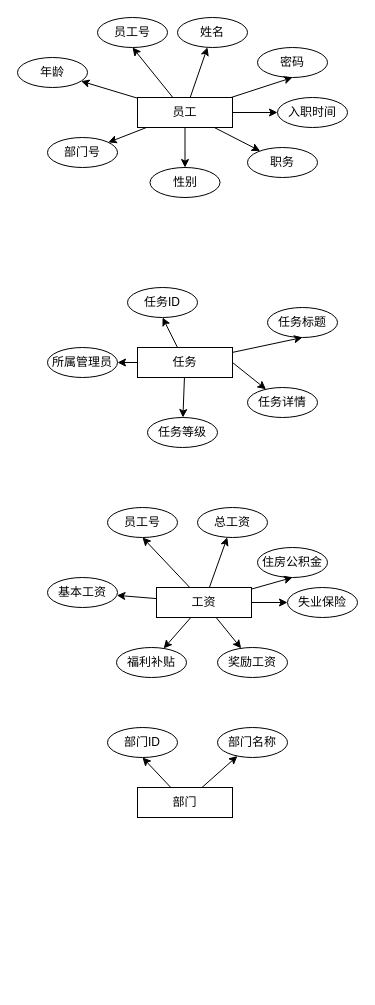
Earlier version of the draw.io diagram 员工薪资管理系统局部ER图.drawio (msskx/Diagrams). Source tidied: cells renumbered, new cells numbered last; positions are measured from the earlier drawing's top-left corner, leaving out a move shared by most shapes. Both pictures are drawn from the tidied source at 100%, with x=0, y=0 at pixel (17, 17).
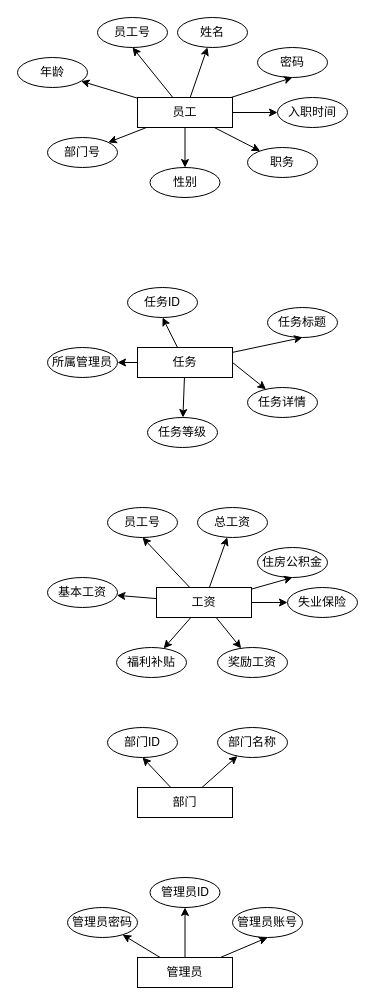
The same page after the edit.

Commit message:
更新员工薪资管理系统局部ER图.drawio

The edit, as a diff of the source:
```diff
@@
+    <mxCell id="50" value="管理员" style="rounded=0;whiteSpace=wrap;html=1;" parent="1" vertex="1">
+      <mxGeometry x="120" y="940" width="95" height="30" as="geometry" />
+    </mxCell>
+    <mxCell id="51" value="管理员账号" style="ellipse;whiteSpace=wrap;html=1;rounded=0;" parent="1" vertex="1">
+      <mxGeometry x="215" y="890" width="70" height="30" as="geometry" />
+    </mxCell>
+    <mxCell id="52" value="管理员ID" style="ellipse;whiteSpace=wrap;html=1;rounded=0;" parent="1" vertex="1">
+      <mxGeometry x="132.5" y="860" width="70" height="30" as="geometry" />
+    </mxCell>
+    <mxCell id="53" value="管理员密码" style="ellipse;whiteSpace=wrap;html=1;rounded=0;" parent="1" vertex="1">
+      <mxGeometry x="50" y="890" width="70" height="30" as="geometry" />
+    </mxCell>
+    <mxCell id="54" style="endArrow=classic;html=1;rounded=0;entryX=0.5;entryY=1;entryDx=0;entryDy=0;" parent="1" edge="1" source="50" target="52">
+      <mxGeometry relative="1" as="geometry" />
+    </mxCell>
+    <mxCell id="55" style="endArrow=classic;html=1;rounded=0;" parent="1" edge="1" source="50" target="53">
+      <mxGeometry relative="1" as="geometry" />
+    </mxCell>
+    <mxCell id="56" style="endArrow=classic;html=1;rounded=0;entryX=0.5;entryY=1;entryDx=0;entryDy=0;" parent="1" edge="1" source="50" target="51">
+      <mxGeometry relative="1" as="geometry" />
+    </mxCell>
```
